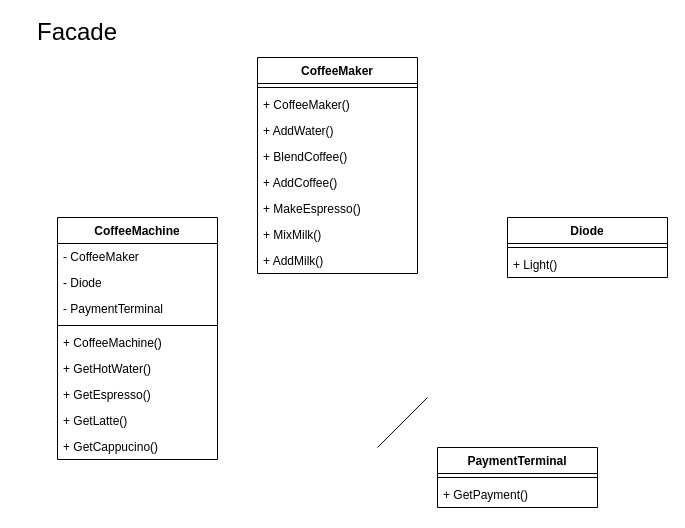
Before: lab2/pattern1/210.drawio in DmytroDobrodomov/MICS, a draw.io diagram. Source tidied: cells renumbered, new cells numbered last; positions are measured from the earlier drawing's top-left corner, leaving out a move shared by most shapes. Both pictures are drawn from the tidied source at 100%, with x=0, y=0 at pixel (17, 17).
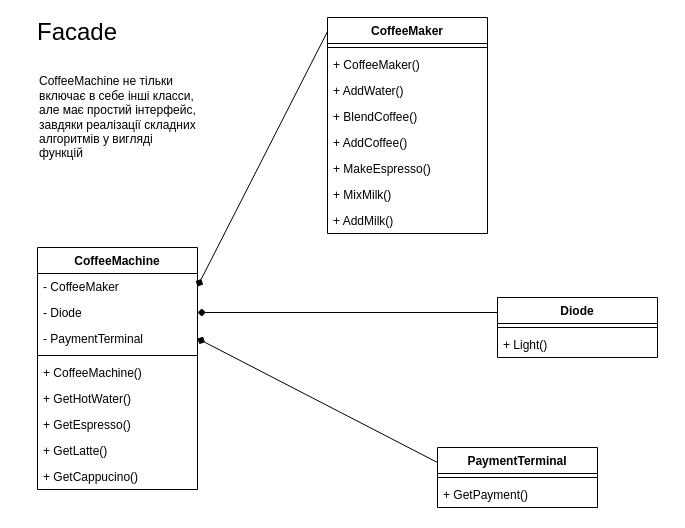
Above is the later version.

The change refers to these unchanged cells:
```xml
<mxCell id="3" value="- CoffeeMaker" style="text;strokeColor=none;fillColor=none;align=left;verticalAlign=top;spacingLeft=4;spacingRight=4;overflow=hidden;points=[[0,0.5],[1,0.5]];portConstraint=eastwest;whiteSpace=wrap;html=1;" parent="2" vertex="1">
  <mxGeometry y="26" width="160" height="26" as="geometry" />
</mxCell>
<mxCell id="4" value="- Diode" style="text;strokeColor=none;fillColor=none;align=left;verticalAlign=top;spacingLeft=4;spacingRight=4;overflow=hidden;points=[[0,0.5],[1,0.5]];portConstraint=eastwest;whiteSpace=wrap;html=1;" parent="2" vertex="1">
  <mxGeometry y="52" width="160" height="26" as="geometry" />
</mxCell>
<mxCell id="5" value="- PaymentTerminal" style="text;strokeColor=none;fillColor=none;align=left;verticalAlign=top;spacingLeft=4;spacingRight=4;overflow=hidden;points=[[0,0.5],[1,0.5]];portConstraint=eastwest;whiteSpace=wrap;html=1;" parent="2" vertex="1">
  <mxGeometry y="78" width="160" height="26" as="geometry" />
</mxCell>
<mxCell id="24" value="PaymentTerminal" style="swimlane;fontStyle=1;align=center;verticalAlign=top;horizontal=1;startSize=26;whiteSpace=wrap;html=1;" parent="1" vertex="1">
  <mxGeometry x="420" y="430" width="160" height="60" as="geometry" />
</mxCell>
```

Change to the diagram source:
```diff
@@
     <mxCell id="2" value="&lt;div&gt;CoffeeMachine&lt;/div&gt;" style="swimlane;fontStyle=1;align=center;verticalAlign=top;horizontal=1;startSize=26;whiteSpace=wrap;html=1;" parent="1" vertex="1">
-      <mxGeometry x="40" y="200" width="160" height="242" as="geometry" />
+      <mxGeometry x="20" y="230" width="160" height="242" as="geometry" />
     </mxCell>
@@
     <mxCell id="12" value="&lt;div&gt;CoffeeMaker&lt;/div&gt;" style="swimlane;fontStyle=1;align=center;verticalAlign=top;horizontal=1;startSize=26;whiteSpace=wrap;html=1;" parent="1" vertex="1">
-      <mxGeometry x="240" y="40" width="160" height="216" as="geometry" />
+      <mxGeometry x="310" width="160" height="216" as="geometry" />
     </mxCell>
@@
     <mxCell id="21" value="Diode" style="swimlane;fontStyle=1;align=center;verticalAlign=top;horizontal=1;startSize=26;whiteSpace=wrap;html=1;" parent="1" vertex="1">
-      <mxGeometry x="490" y="200" width="160" height="60" as="geometry" />
+      <mxGeometry x="480" y="280" width="160" height="60" as="geometry" />
     </mxCell>
@@
-    <mxCell id="28" style="endArrow=none;html=1;rounded=0;" parent="1" edge="1">
-      <mxGeometry relative="1" as="geometry">
-        <mxPoint x="360" y="430" as="sourcePoint" />
-        <mxPoint x="410" y="380" as="targetPoint" />
-      </mxGeometry>
+    <mxCell id="28" style="endArrow=none;html=1;rounded=0;startArrow=diamond;startFill=1;exitX=1;exitY=0.5;exitDx=0;exitDy=0;entryX=0;entryY=0.065;entryDx=0;entryDy=0;entryPerimeter=0;" parent="1" edge="1" source="3" target="12">
+      <mxGeometry relative="1" as="geometry" />
     </mxCell>
+    <mxCell id="29" style="endArrow=none;html=1;rounded=0;startArrow=diamond;startFill=1;exitX=1;exitY=0.5;exitDx=0;exitDy=0;entryX=0;entryY=0.25;entryDx=0;entryDy=0;" parent="1" edge="1" source="4" target="21">
+      <mxGeometry relative="1" as="geometry" />
+    </mxCell>
+    <mxCell id="30" style="endArrow=none;html=1;rounded=0;startArrow=diamond;startFill=1;exitX=1;exitY=0.5;exitDx=0;exitDy=0;entryX=0;entryY=0.25;entryDx=0;entryDy=0;" parent="1" edge="1" source="5" target="24">
+      <mxGeometry relative="1" as="geometry" />
+    </mxCell>
+    <mxCell id="31" value="&lt;div align=&quot;left&quot;&gt;CoffeeMachine не тільки включає в себе інші класси, але має простий інтерфейс, завдяки реалізації складних алгоритмів у вигляді функцій&lt;/div&gt;" style="text;html=1;strokeColor=none;fillColor=none;align=left;verticalAlign=middle;whiteSpace=wrap;rounded=0;" parent="1" vertex="1">
+      <mxGeometry x="20" y="50" width="160" height="100" as="geometry" />
+    </mxCell>
```
